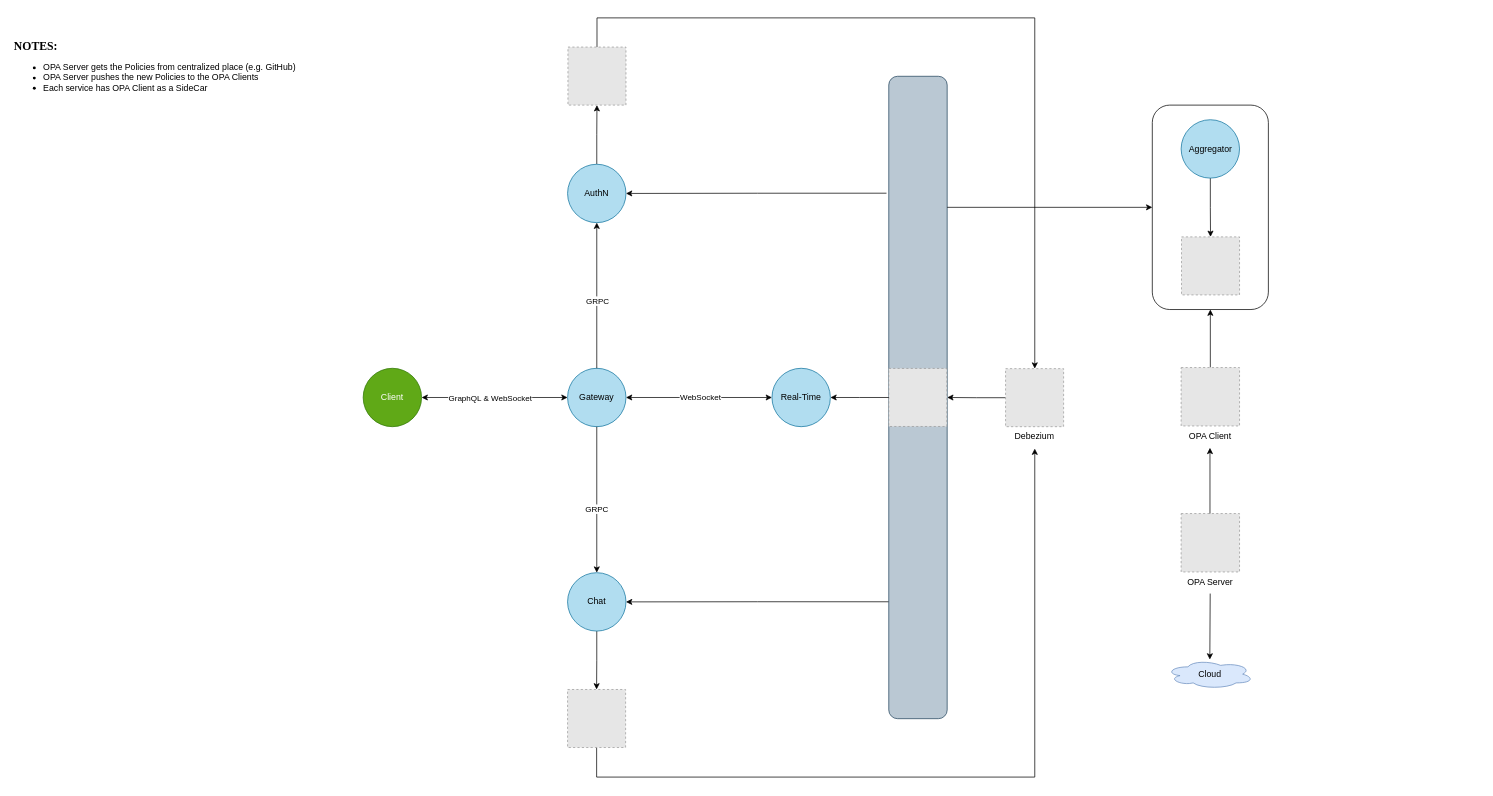
Above: page "Architecture Zoom Out" (1 of 2) of documentation/Overview Architecture.drawio in Kirlos-Melad/Veigo-Chat (draw.io), before the change. Source tidied: cells renumbered, new cells numbered last; positions are measured from the earlier drawing's top-left corner, leaving out a move shared by most shapes. Both pictures are drawn from the tidied source at 73%, with x=0, y=0 at pixel (12, 18). Pictures stored in the file or linked from it are replaced by grey dashed boxes.
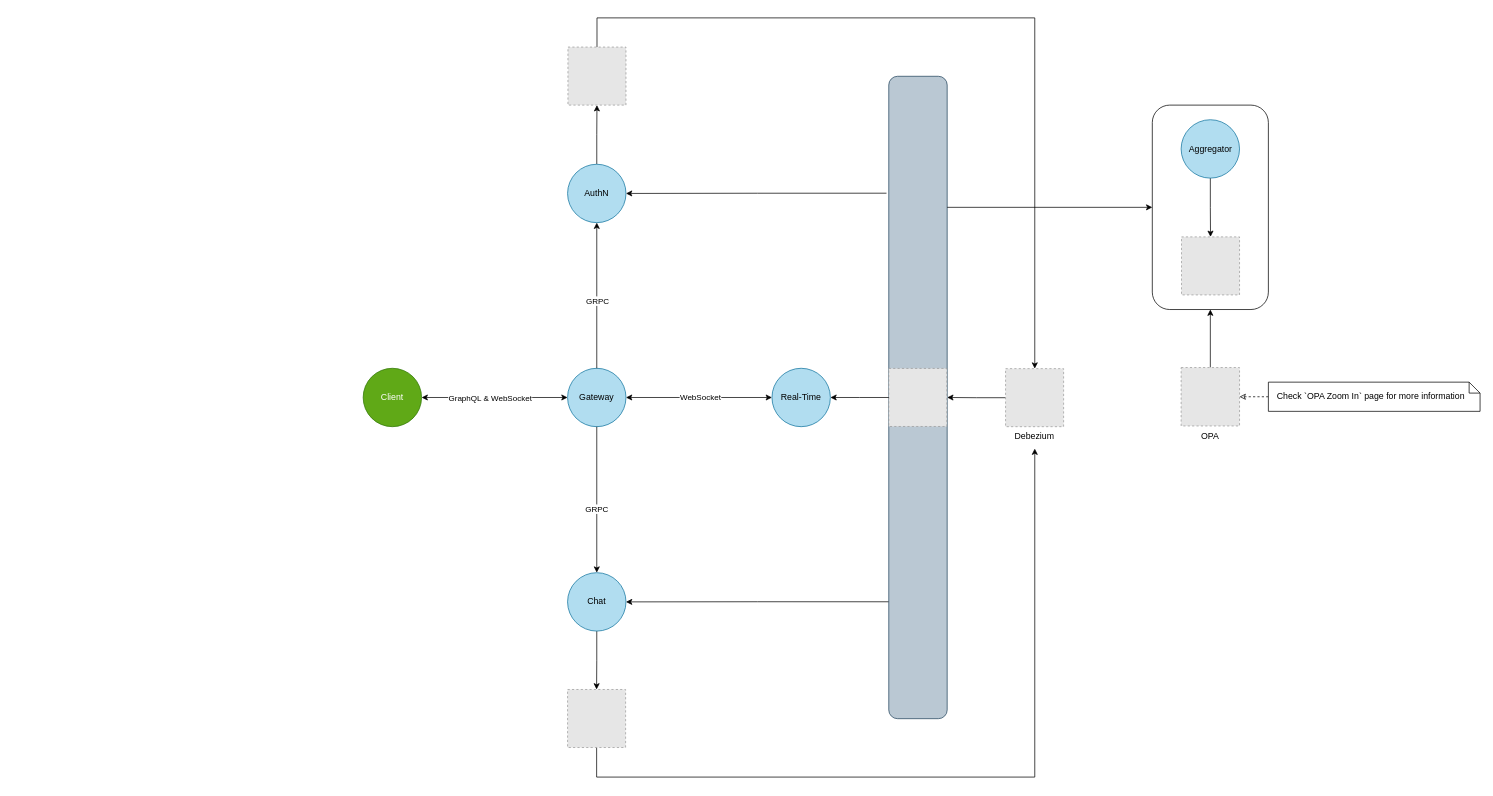
Above is the later version.

What changed in the source:
```diff
@@
-    <mxCell id="18" value="OPA Client" style="fillColor=#E6E6E6;strokeColor=#999999;dashed=1;verticalLabelPosition=bottom;labelBackgroundColor=default;verticalAlign=top;rotation=0;" parent="1" vertex="1">
+    <mxCell id="18" value="OPA" style="fillColor=#E6E6E6;strokeColor=#999999;dashed=1;verticalLabelPosition=bottom;labelBackgroundColor=default;verticalAlign=top;rotation=0;" parent="1" vertex="1">
       <mxGeometry x="1600.5" y="479" width="80" height="80" as="geometry" />
     </mxCell>
-    <mxCell id="19" value="OPA Server" style="fillColor=#E6E6E6;strokeColor=#999999;dashed=1;verticalLabelPosition=bottom;labelBackgroundColor=default;verticalAlign=top;rotation=0;" parent="1" vertex="1">
-      <mxGeometry x="1600.5" y="679" width="80" height="80" as="geometry" />
-    </mxCell>
-    <mxCell id="20" value="Cloud" style="ellipse;shape=cloud;whiteSpace=wrap;html=1;align=center;fillColor=#dae8fc;strokeColor=#6c8ebf;" parent="1" vertex="1">
-      <mxGeometry x="1579.8" y="879" width="120" height="40" as="geometry" />
-    </mxCell>
-    <mxCell id="21" value="&lt;pre&gt;&lt;b&gt;&lt;font face=&quot;Times New Roman&quot; style=&quot;font-size: 16px;&quot;&gt;NOTES:&lt;/font&gt;&lt;/b&gt;&lt;/pre&gt;&lt;div&gt;&lt;ul&gt;&lt;li&gt;&lt;font face=&quot;qGgyCSBYeg5GerJeodt9&quot;&gt;OPA Server gets the Policies from centralized place (e.g. GitHub)&lt;/font&gt;&lt;/li&gt;&lt;li&gt;&lt;font face=&quot;qGgyCSBYeg5GerJeodt9&quot;&gt;OPA Server pushes the new Policies to the OPA Clients&lt;/font&gt;&lt;/li&gt;&lt;li&gt;&lt;font face=&quot;qGgyCSBYeg5GerJeodt9&quot;&gt;Each service has OPA Client as a SideCar&lt;/font&gt;&lt;/li&gt;&lt;/ul&gt;&lt;/div&gt;" style="text;html=1;align=left;verticalAlign=middle;strokeColor=none;fillColor=none;" parent="1" vertex="1">
-      <mxGeometry y="11" width="380" height="110" as="geometry" />
-    </mxCell>
-    <mxCell id="22" style="edgeStyle=orthogonalEdgeStyle;rounded=0;jettySize=auto;html=1;entryX=0.875;entryY=0.548;entryDx=0;entryDy=0;entryPerimeter=0;" parent="1" edge="1" source="19">
-      <mxGeometry relative="1" as="geometry">
-        <mxPoint x="1640" y="588.9" as="targetPoint" />
-      </mxGeometry>
-    </mxCell>
-    <mxCell id="23" style="rounded=0;jettySize=auto;html=1;" parent="1" edge="1" target="20">
-      <mxGeometry relative="1" as="geometry">
-        <mxPoint x="1640.3" y="788.6" as="sourcePoint" />
-      </mxGeometry>
-    </mxCell>
@@
+    <mxCell id="42" style="edgeStyle=orthogonalEdgeStyle;rounded=0;jettySize=auto;html=1;entryX=1;entryY=0.5;entryDx=0;entryDy=0;dashed=1;endArrow=classic;endFill=0;exitX=0;exitY=0.5;exitDx=0;exitDy=0;exitPerimeter=0;" parent="1" edge="1" source="43" target="18">
+      <mxGeometry relative="1" as="geometry" />
+    </mxCell>
+    <mxCell id="43" value="&lt;pre&gt;&lt;span style=&quot;font-family: Helvetica; white-space: normal;&quot;&gt;Check `OPA Zoom In` page for more information&lt;/span&gt;&lt;br&gt;&lt;/pre&gt;" style="shape=note;size=15;align=left;spacingLeft=10;html=1;whiteSpace=wrap;" parent="1" vertex="1">
+      <mxGeometry x="1720" y="499" width="290" height="40" as="geometry" />
+    </mxCell>
```
